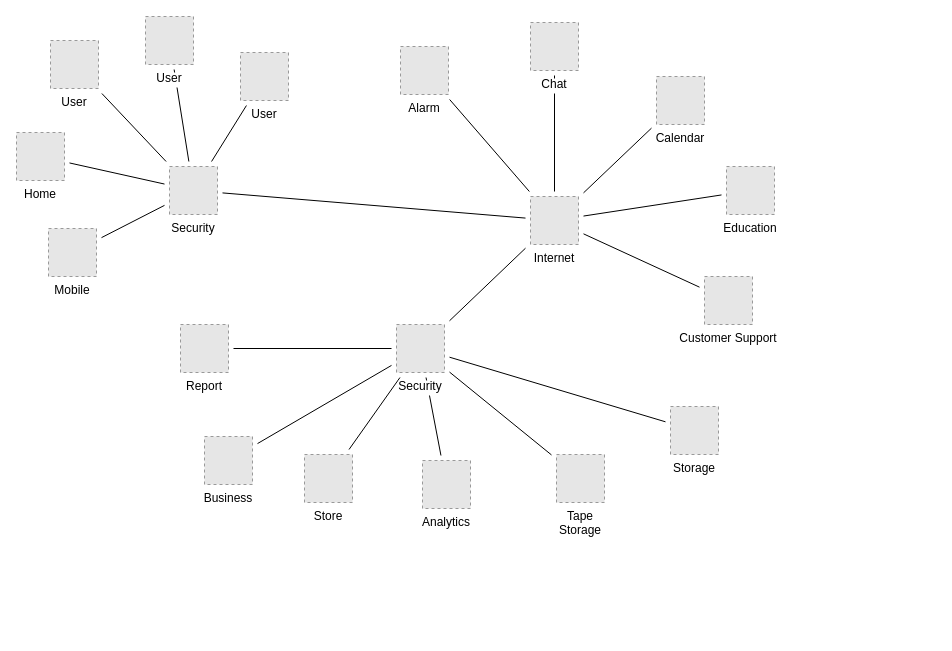
This is websocket.drawio from GaryXu66/drawio_repo, a draw.io file, before an edit. Source tidied: cells renumbered, new cells numbered last; positions are measured from the earlier drawing's top-left corner, leaving out a move shared by most shapes. Both pictures are drawn from the tidied source at 100%, with x=0, y=0 at pixel (16, 16). Pictures stored in the file or linked from it are replaced by grey dashed boxes.
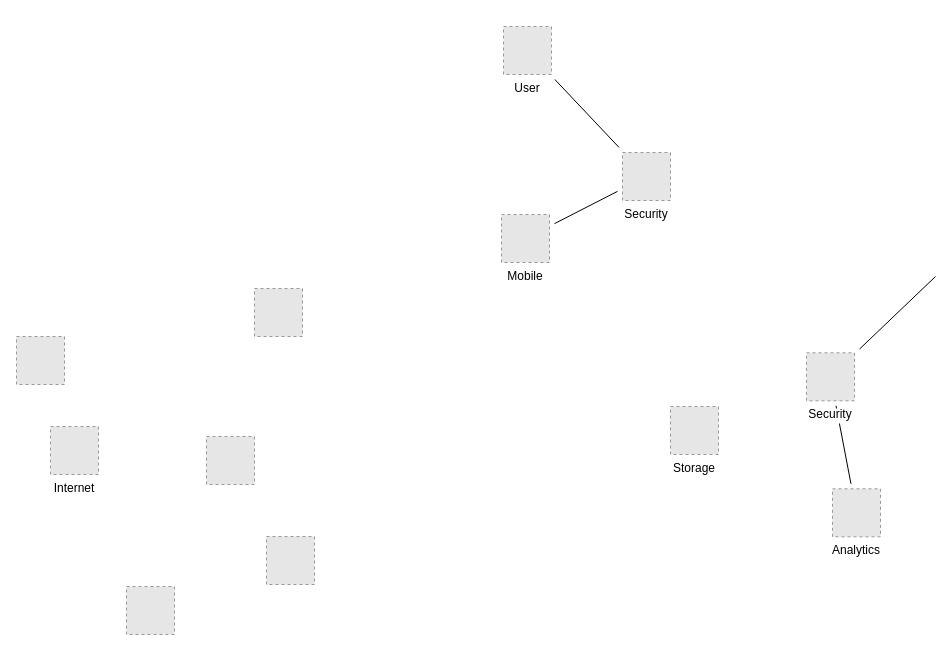
The same page after the edit.

Unchanged cells that the change refers to:
```xml
<mxCell id="29" value="Storage" style="fillColor=#E6E6E6;strokeColor=#999999;dashed=1;verticalLabelPosition=bottom;verticalAlign=top;labelBackgroundColor=#ffffff;" parent="1" vertex="1">
  <mxGeometry x="654" y="390" width="48" height="48" as="geometry" />
</mxCell>
```

The edit, as a diff of the source:
```diff
@@
-    <mxCell id="3" style="edgeStyle=none;rounded=0;jettySize=auto;html=1;sourcePerimeterSpacing=5;endArrow=none;endFill=0;targetPerimeterSpacing=5;" parent="1" edge="1" source="24" target="31">
-      <mxGeometry relative="1" as="geometry" />
-    </mxCell>
-    <mxCell id="4" style="edgeStyle=none;rounded=0;jettySize=auto;html=1;sourcePerimeterSpacing=5;endArrow=none;endFill=0;targetPerimeterSpacing=5;" parent="1" edge="1" source="30" target="26">
-      <mxGeometry relative="1" as="geometry" />
-    </mxCell>
-    <mxCell id="5" style="edgeStyle=none;rounded=0;jettySize=auto;html=1;sourcePerimeterSpacing=5;endArrow=none;endFill=0;targetPerimeterSpacing=5;" parent="1" edge="1" source="30" target="22">
-      <mxGeometry relative="1" as="geometry" />
-    </mxCell>
-    <mxCell id="6" style="edgeStyle=none;rounded=0;jettySize=auto;html=1;sourcePerimeterSpacing=5;endArrow=none;endFill=0;targetPerimeterSpacing=5;" parent="1" edge="1" source="30" target="32">
-      <mxGeometry relative="1" as="geometry" />
-    </mxCell>
-    <mxCell id="7" style="edgeStyle=none;rounded=0;jettySize=auto;html=1;sourcePerimeterSpacing=5;endArrow=none;endFill=0;targetPerimeterSpacing=5;" parent="1" edge="1" source="30" target="25">
-      <mxGeometry relative="1" as="geometry" />
-    </mxCell>
-    <mxCell id="8" style="edgeStyle=none;rounded=0;jettySize=auto;html=1;sourcePerimeterSpacing=5;endArrow=none;endFill=0;targetPerimeterSpacing=5;" parent="1" edge="1" source="30" target="23">
-      <mxGeometry relative="1" as="geometry" />
-    </mxCell>
-    <mxCell id="9" style="edgeStyle=none;rounded=0;jettySize=auto;html=1;sourcePerimeterSpacing=5;endArrow=none;endFill=0;targetPerimeterSpacing=5;" parent="1" edge="1" source="30" target="38">
-      <mxGeometry relative="1" as="geometry" />
+    <mxCell id="9" style="edgeStyle=none;rounded=0;jettySize=auto;html=1;sourcePerimeterSpacing=5;endArrow=none;endFill=0;targetPerimeterSpacing=5;" parent="1" edge="1" target="38">
+      <mxGeometry relative="1" as="geometry">
+        <mxPoint x="919" y="260" as="sourcePoint" />
+      </mxGeometry>
     </mxCell>
-    <mxCell id="10" style="edgeStyle=none;rounded=0;jettySize=auto;html=1;sourcePerimeterSpacing=5;endArrow=none;endFill=0;targetPerimeterSpacing=5;" parent="1" edge="1" source="31" target="30">
-      <mxGeometry relative="1" as="geometry" />
-    </mxCell>
@@
-    <mxCell id="12" style="rounded=0;jettySize=auto;html=1;endArrow=none;endFill=0;sourcePerimeterSpacing=5;targetPerimeterSpacing=5;" parent="1" edge="1" source="36" target="31">
-      <mxGeometry relative="1" as="geometry" />
-    </mxCell>
-    <mxCell id="13" style="edgeStyle=none;rounded=0;jettySize=auto;html=1;sourcePerimeterSpacing=5;endArrow=none;endFill=0;targetPerimeterSpacing=5;" parent="1" edge="1" source="37" target="31">
-      <mxGeometry relative="1" as="geometry" />
-    </mxCell>
-    <mxCell id="14" style="edgeStyle=none;rounded=0;jettySize=auto;html=1;sourcePerimeterSpacing=5;endArrow=none;endFill=0;targetPerimeterSpacing=5;" parent="1" edge="1" source="38" target="28">
-      <mxGeometry relative="1" as="geometry" />
-    </mxCell>
-    <mxCell id="15" style="edgeStyle=none;rounded=0;jettySize=auto;html=1;sourcePerimeterSpacing=5;endArrow=none;endFill=0;targetPerimeterSpacing=5;" parent="1" edge="1" source="38" target="27">
-      <mxGeometry relative="1" as="geometry" />
-    </mxCell>
-    <mxCell id="16" style="edgeStyle=none;rounded=0;jettySize=auto;html=1;sourcePerimeterSpacing=5;endArrow=none;endFill=0;targetPerimeterSpacing=5;" parent="1" edge="1" source="38" target="34">
-      <mxGeometry relative="1" as="geometry" />
-    </mxCell>
@@
-    <mxCell id="18" style="edgeStyle=none;rounded=0;jettySize=auto;html=1;sourcePerimeterSpacing=5;endArrow=none;endFill=0;targetPerimeterSpacing=5;" parent="1" edge="1" source="38" target="20">
-      <mxGeometry relative="1" as="geometry" />
-    </mxCell>
-    <mxCell id="19" style="edgeStyle=none;rounded=0;jettySize=auto;html=1;sourcePerimeterSpacing=5;endArrow=none;endFill=0;targetPerimeterSpacing=5;" parent="1" edge="1" source="38" target="29">
-      <mxGeometry relative="1" as="geometry" />
-    </mxCell>
-    <mxCell id="20" value="Tape&#10;Storage" style="fillColor=#E6E6E6;strokeColor=#999999;dashed=1;verticalLabelPosition=bottom;verticalAlign=top;labelBackgroundColor=#ffffff;" parent="1" vertex="1">
-      <mxGeometry x="540" y="438" width="48" height="48" as="geometry" />
-    </mxCell>
     <mxCell id="21" value="Mobile" style="fillColor=#E6E6E6;strokeColor=#999999;dashed=1;verticalLabelPosition=bottom;verticalAlign=top;labelBackgroundColor=#ffffff;" parent="1" vertex="1">
-      <mxGeometry x="32" y="212" width="48" height="48" as="geometry" />
+      <mxGeometry x="485" y="198" width="48" height="48" as="geometry" />
     </mxCell>
-    <mxCell id="22" value="Chat" style="fillColor=#E6E6E6;strokeColor=#999999;dashed=1;verticalLabelPosition=bottom;verticalAlign=top;labelBackgroundColor=#ffffff;" parent="1" vertex="1">
-      <mxGeometry x="514" y="6" width="48" height="48" as="geometry" />
-    </mxCell>
-    <mxCell id="23" value="Customer Support" style="fillColor=#E6E6E6;strokeColor=#999999;dashed=1;verticalLabelPosition=bottom;verticalAlign=top;labelBackgroundColor=#ffffff;" parent="1" vertex="1">
-      <mxGeometry x="688" y="260" width="48" height="48" as="geometry" />
-    </mxCell>
-    <mxCell id="24" value="Home" style="fillColor=#E6E6E6;strokeColor=#999999;dashed=1;verticalLabelPosition=bottom;verticalAlign=top;labelBackgroundColor=#ffffff;" parent="1" vertex="1">
-      <mxGeometry y="116" width="48" height="48" as="geometry" />
-    </mxCell>
-    <mxCell id="25" value="Education" style="fillColor=#E6E6E6;strokeColor=#999999;dashed=1;verticalLabelPosition=bottom;verticalAlign=top;labelBackgroundColor=#ffffff;" parent="1" vertex="1">
-      <mxGeometry x="710" y="150" width="48" height="48" as="geometry" />
-    </mxCell>
-    <mxCell id="26" value="Alarm" style="fillColor=#E6E6E6;strokeColor=#999999;dashed=1;verticalLabelPosition=bottom;verticalAlign=top;labelBackgroundColor=#ffffff;" parent="1" vertex="1">
-      <mxGeometry x="384" y="30" width="48" height="48" as="geometry" />
-    </mxCell>
-    <mxCell id="27" value="Business" style="fillColor=#E6E6E6;strokeColor=#999999;dashed=1;verticalLabelPosition=bottom;verticalAlign=top;labelBackgroundColor=#ffffff;" parent="1" vertex="1">
-      <mxGeometry x="188" y="420" width="48" height="48" as="geometry" />
-    </mxCell>
-    <mxCell id="28" value="Report" style="fillColor=#E6E6E6;strokeColor=#999999;dashed=1;verticalLabelPosition=bottom;verticalAlign=top;labelBackgroundColor=#ffffff;" parent="1" vertex="1">
-      <mxGeometry x="164" y="308" width="48" height="48" as="geometry" />
-    </mxCell>
@@
     <mxCell id="30" value="Internet" style="fillColor=#E6E6E6;strokeColor=#999999;dashed=1;verticalLabelPosition=bottom;verticalAlign=top;labelBackgroundColor=#ffffff;" parent="1" vertex="1">
-      <mxGeometry x="514" y="180" width="48" height="48" as="geometry" />
+      <mxGeometry x="34" y="410" width="48" height="48" as="geometry" />
     </mxCell>
     <mxCell id="31" value="Security" style="fillColor=#E6E6E6;strokeColor=#999999;dashed=1;verticalLabelPosition=bottom;verticalAlign=top;labelBackgroundColor=#ffffff;" parent="1" vertex="1">
-      <mxGeometry x="153" y="150" width="48" height="48" as="geometry" />
+      <mxGeometry x="606" y="136" width="48" height="48" as="geometry" />
     </mxCell>
-    <mxCell id="32" value="Calendar" style="fillColor=#E6E6E6;strokeColor=#999999;dashed=1;verticalLabelPosition=bottom;verticalAlign=top;labelBackgroundColor=#ffffff;" parent="1" vertex="1">
-      <mxGeometry x="640" y="60" width="48" height="48" as="geometry" />
-    </mxCell>
     <mxCell id="33" value="Analytics" style="fillColor=#E6E6E6;strokeColor=#999999;dashed=1;verticalLabelPosition=bottom;verticalAlign=top;labelBackgroundColor=#ffffff;" parent="1" vertex="1">
-      <mxGeometry x="406" y="444" width="48" height="48" as="geometry" />
+      <mxGeometry x="816" y="472.3" width="48" height="48" as="geometry" />
     </mxCell>
-    <mxCell id="34" value="Store" style="fillColor=#E6E6E6;strokeColor=#999999;dashed=1;verticalLabelPosition=bottom;verticalAlign=top;labelBackgroundColor=#ffffff;" parent="1" vertex="1">
-      <mxGeometry x="288" y="438" width="48" height="48" as="geometry" />
-    </mxCell>
     <mxCell id="35" value="User" style="fillColor=#E6E6E6;strokeColor=#999999;dashed=1;verticalLabelPosition=bottom;verticalAlign=top;labelBackgroundColor=#ffffff;" parent="1" vertex="1">
-      <mxGeometry x="34" y="24" width="48" height="48" as="geometry" />
+      <mxGeometry x="487" y="10" width="48" height="48" as="geometry" />
     </mxCell>
-    <mxCell id="36" value="User" style="fillColor=#E6E6E6;strokeColor=#999999;dashed=1;verticalLabelPosition=bottom;verticalAlign=top;labelBackgroundColor=#ffffff;" parent="1" vertex="1">
-      <mxGeometry x="224" y="36" width="48" height="48" as="geometry" />
-    </mxCell>
-    <mxCell id="37" value="User" style="fillColor=#E6E6E6;strokeColor=#999999;dashed=1;verticalLabelPosition=bottom;verticalAlign=top;labelBackgroundColor=#ffffff;" parent="1" vertex="1">
-      <mxGeometry x="129" width="48" height="48" as="geometry" />
-    </mxCell>
     <mxCell id="38" value="Security" style="fillColor=#E6E6E6;strokeColor=#999999;dashed=1;verticalLabelPosition=bottom;verticalAlign=top;labelBackgroundColor=#ffffff;" parent="1" vertex="1">
-      <mxGeometry x="380" y="308" width="48" height="48" as="geometry" />
+      <mxGeometry x="790" y="336.3" width="48" height="48" as="geometry" />
     </mxCell>
+    <mxCell id="39" style="fillColor=#E6E6E6;strokeColor=#999999;dashed=1;verticalLabelPosition=bottom;verticalAlign=top;" parent="1" vertex="1">
+      <mxGeometry x="190" y="420" width="48" height="48" as="geometry" />
+    </mxCell>
+    <mxCell id="40" style="fillColor=#E6E6E6;strokeColor=#999999;dashed=1;verticalLabelPosition=bottom;verticalAlign=top;" parent="1" vertex="1">
+      <mxGeometry x="110" y="570" width="48" height="48" as="geometry" />
+    </mxCell>
+    <mxCell id="41" style="fillColor=#E6E6E6;strokeColor=#999999;dashed=1;verticalLabelPosition=bottom;verticalAlign=top;" parent="1" vertex="1">
+      <mxGeometry x="250" y="520" width="48" height="48" as="geometry" />
+    </mxCell>
+    <mxCell id="42" style="fillColor=#E6E6E6;strokeColor=#999999;dashed=1;verticalLabelPosition=bottom;verticalAlign=top;" parent="1" vertex="1">
+      <mxGeometry y="320" width="48" height="48" as="geometry" />
+    </mxCell>
+    <mxCell id="43" style="fillColor=#E6E6E6;strokeColor=#999999;dashed=1;verticalLabelPosition=bottom;verticalAlign=top;" parent="1" vertex="1">
+      <mxGeometry x="238" y="272" width="48" height="48" as="geometry" />
+    </mxCell>
```
